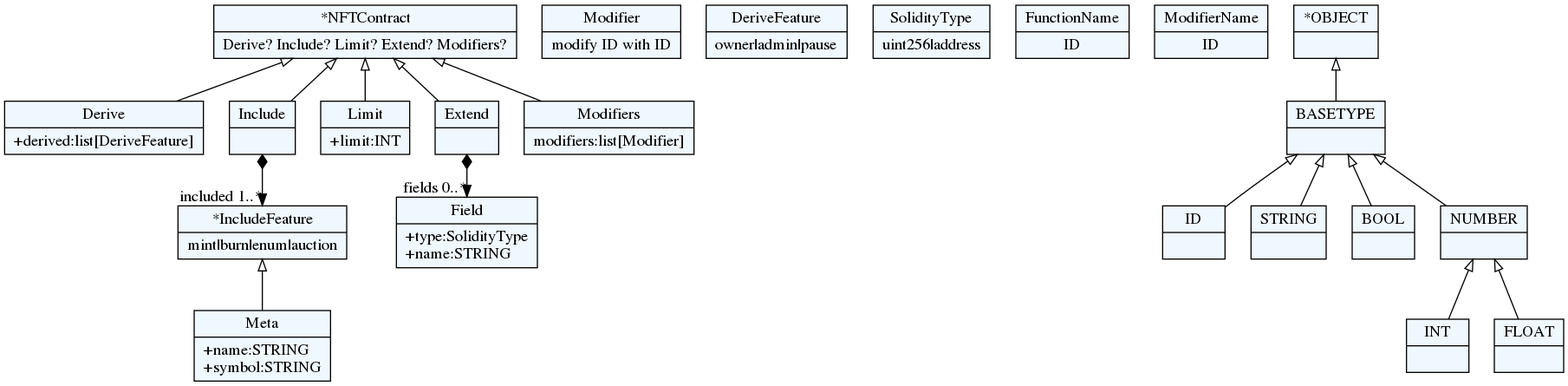
DanChirtoaca/nfty keeps this Graphviz diagram as dsl/grammar.tx.dot.png. Above is the earlier version. Its source is kept beside it as dsl/grammar.tx.dot.
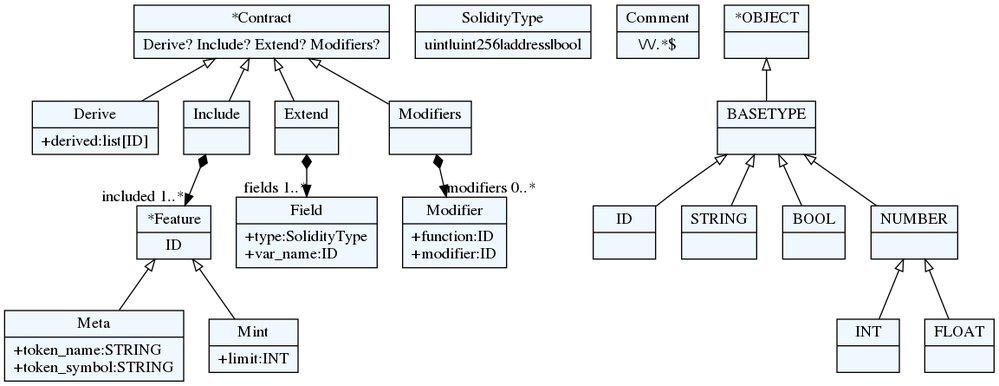
Above is the later version.

Commit message:
Reworked grammar with textx.

The edit, as a diff of the source:
```diff
@@ -10,64 +10,61 @@
     edge[dir=black,arrowtail=empty]
 
 
-27156600[ label="{*NFTContract|Derive\? Include\? Limit\? Extend\? Modifiers\?}"]
-27156600 -> 27139992 [dir=back]
-27156600 -> 25123336 [dir=back]
-27156600 -> 25128280 [dir=back]
-27156600 -> 27403800 [dir=back]
-27156600 -> 27408744 [dir=back]
+18407992[ label="{*Contract|Derive\? Include\? Extend\? Modifiers\?}"]
+18407992 -> 18391384 [dir=back]
+18407992 -> 16374360 [dir=back]
+18407992 -> 16379304 [dir=back]
+18407992 -> 18652600 [dir=back]
 
-27139992[ label="{Derive|+derived:list[DeriveFeature]\l}"]
+18391384[ label="{Derive|+derived:list[ID]\l}"]
 
-25123336 -> 27145528[arrowtail=diamond, dir=both, headlabel="included 1..*"]
-25123336[ label="{Include|}"]
+16374360 -> 18655544[arrowtail=diamond, dir=both, headlabel="included 1..*"]
+16374360[ label="{Include|}"]
 
-25128280[ label="{Limit|+limit:INT\l}"]
+16379304 -> 18665432[arrowtail=diamond, dir=both, headlabel="fields 1..*"]
+16379304[ label="{Extend|}"]
 
-27403800 -> 27420808[arrowtail=diamond, dir=both, headlabel="fields 0..*"]
-27403800[ label="{Extend|}"]
+18652600 -> 18657544[arrowtail=diamond, dir=both, headlabel="modifiers 0..*"]
+18652600[ label="{Modifiers|}"]
 
-27408744[ label="{Modifiers|modifiers:list[Modifier]\l}"]
+18657544[ label="{Modifier|+function:ID\l+modifier:ID\l}"]
 
-27413688[ label="{Modifier|modify ID with ID}"]
+18655544[ label="{*Feature|ID}"]
+18655544 -> 16373304 [dir=back]
+18655544 -> 16372360 [dir=back]
 
-27401800[ label="{DeriveFeature|owner\|admin\|pause}"]
+16372360[ label="{Mint|+limit:INT\l}"]
 
-27145528[ label="{*IncludeFeature|mint\|burn\|enum\|auction}"]
-27145528 -> 25122280 [dir=back]
+16373304[ label="{Meta|+token_name:STRING\l+token_symbol:STRING\l}"]
 
-25122280[ label="{Meta|+name:STRING\l+symbol:STRING\l}"]
+18665432[ label="{Field|+type:SolidityType\l+var_name:ID\l}"]
 
-27420808[ label="{Field|+type:SolidityType\l+name:STRING\l}"]
+18671496[ label="{SolidityType|uint\|uint256\|address\|bool}"]
 
-27425752[ label="{SolidityType|uint256\|address}"]
+18676440[ label="{Comment|\\/\\/.*$}"]
 
-27430696[ label="{FunctionName|ID}"]
+18388440[ label="{ID|}"]
 
-27435640[ label="{ModifierName|ID}"]
+18393384[ label="{STRING|}"]
 
-27137048[ label="{ID|}"]
+18398920[ label="{BOOL|}"]
 
-27141992[ label="{STRING|}"]
+18404456[ label="{INT|}"]
 
-27147528[ label="{BOOL|}"]
+18409992[ label="{FLOAT|}"]
 
-27153064[ label="{INT|}"]
+18415528[ label="{NUMBER|}"]
+18415528 -> 18409992 [dir=back]
+18415528 -> 18404456 [dir=back]
 
-27158600[ label="{FLOAT|}"]
+18421064[ label="{BASETYPE|}"]
+18421064 -> 18415528 [dir=back]
+18421064 -> 18398920 [dir=back]
+18421064 -> 18388440 [dir=back]
+18421064 -> 18393384 [dir=back]
 
-27164136[ label="{NUMBER|}"]
-27164136 -> 27158600 [dir=back]
-27164136 -> 27153064 [dir=back]
-
-27169672[ label="{BASETYPE|}"]
-27169672 -> 27164136 [dir=back]
-27169672 -> 27147528 [dir=back]
-27169672 -> 27137048 [dir=back]
-27169672 -> 27141992 [dir=back]
-
-27175800[ label="{*OBJECT|}"]
-27175800 -> 27169672 [dir=back]
+18427192[ label="{*OBJECT|}"]
+18427192 -> 18421064 [dir=back]
 
 
 }
```
